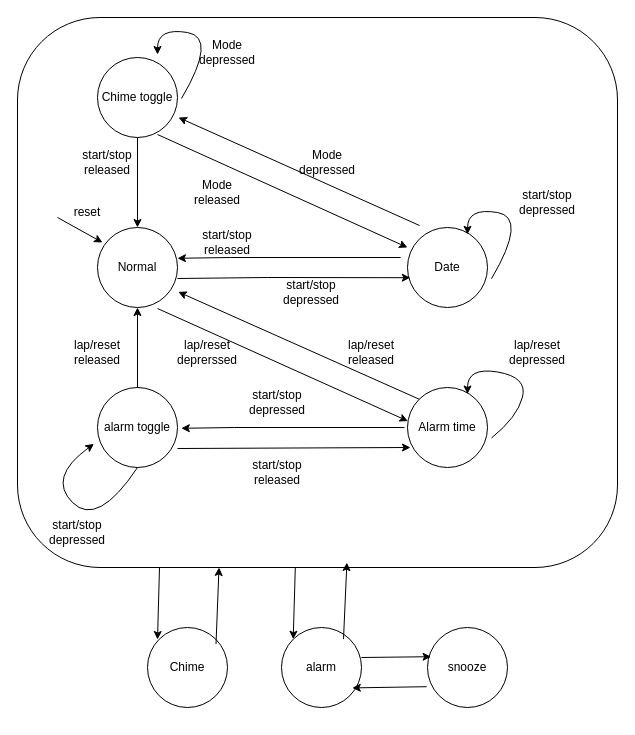
This is page "Clock" (1 of 4) of Stopwatch FSM.drawio from epicfletch/UWE-Stopwatch-3LM, a draw.io file, before an edit. Source tidied: cells renumbered, new cells numbered last; positions are measured from the earlier drawing's top-left corner, leaving out a move shared by most shapes. Both pictures are drawn from the tidied source at 100%, with x=0, y=0 at pixel (17, 17).
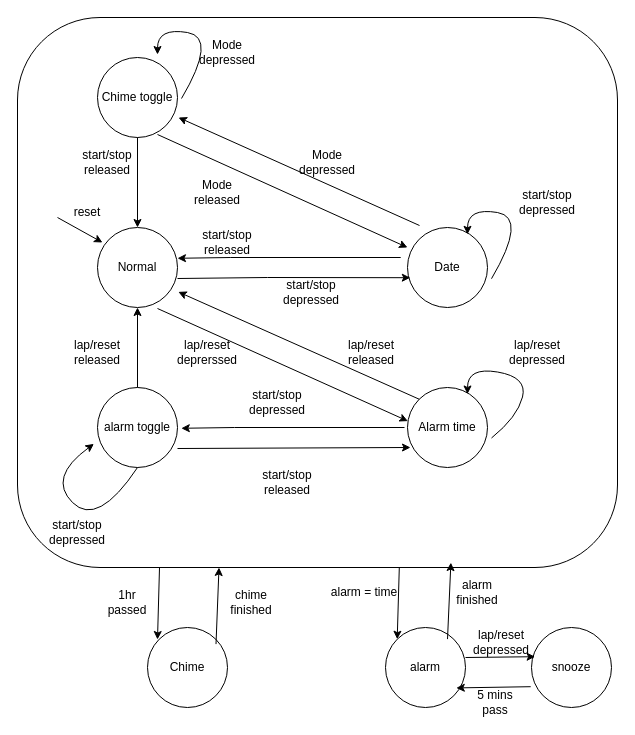
The same page after the edit.

Unchanged cells that the change refers to:
```xml
<mxCell id="2" style="rounded=1;whiteSpace=wrap;html=1;" parent="1" vertex="1">
  <mxGeometry width="600" height="550" as="geometry" />
</mxCell>
```

The edit, as a diff of the source:
```diff
@@
-    <mxCell id="20" value="start/stop released" style="text;html=1;align=center;verticalAlign=middle;whiteSpace=wrap;rounded=0;" parent="1" vertex="1">
-      <mxGeometry x="230" y="440" width="60" height="30" as="geometry" />
+    <mxCell id="20" value="alarm = time" style="text;html=1;align=center;verticalAlign=middle;whiteSpace=wrap;rounded=0;" parent="1" vertex="1">
+      <mxGeometry x="310" y="560" width="74" height="30" as="geometry" />
     </mxCell>
@@
     <mxCell id="29" value="alarm" style="ellipse;whiteSpace=wrap;html=1;" parent="1" vertex="1">
-      <mxGeometry x="264" y="610" width="80" height="80" as="geometry" />
+      <mxGeometry x="368" y="610" width="80" height="80" as="geometry" />
     </mxCell>
-    <mxCell id="30" style="endArrow=classic;html=1;rounded=0;exitX=0.463;exitY=1;exitDx=0;exitDy=0;exitPerimeter=0;entryX=0;entryY=0;entryDx=0;entryDy=0;" parent="1" edge="1" source="2" target="29">
-      <mxGeometry relative="1" as="geometry" />
+    <mxCell id="30" style="endArrow=classic;html=1;rounded=0;exitX=0.463;exitY=1;exitDx=0;exitDy=0;exitPerimeter=0;entryX=0;entryY=0;entryDx=0;entryDy=0;" parent="1" edge="1" target="29">
+      <mxGeometry relative="1" as="geometry">
+        <mxPoint x="381.8" y="550" as="sourcePoint" />
+      </mxGeometry>
     </mxCell>
-    <mxCell id="31" style="endArrow=classic;html=1;rounded=0;exitX=0.85;exitY=0.02;exitDx=0;exitDy=0;exitPerimeter=0;entryX=0.549;entryY=0.991;entryDx=0;entryDy=0;entryPerimeter=0;" parent="1" edge="1" target="2">
+    <mxCell id="31" style="endArrow=classic;html=1;rounded=0;exitX=0.85;exitY=0.02;exitDx=0;exitDy=0;exitPerimeter=0;entryX=0.549;entryY=0.991;entryDx=0;entryDy=0;entryPerimeter=0;" parent="1" edge="1">
       <mxGeometry relative="1" as="geometry">
-        <mxPoint x="326" y="621.6" as="sourcePoint" />
+        <mxPoint x="430" y="621.6" as="sourcePoint" />
+        <mxPoint x="433.4" y="545.1" as="targetPoint" />
       </mxGeometry>
     </mxCell>
     <mxCell id="32" value="snooze" style="ellipse;whiteSpace=wrap;html=1;" parent="1" vertex="1">
-      <mxGeometry x="410" y="610" width="80" height="80" as="geometry" />
+      <mxGeometry x="514" y="610" width="80" height="80" as="geometry" />
     </mxCell>
     <mxCell id="33" style="endArrow=classic;html=1;rounded=0;entryX=0.045;entryY=0.365;entryDx=0;entryDy=0;entryPerimeter=0;" parent="1" edge="1" target="32">
       <mxGeometry relative="1" as="geometry">
-        <mxPoint x="344" y="640" as="sourcePoint" />
+        <mxPoint x="448" y="640" as="sourcePoint" />
       </mxGeometry>
     </mxCell>
@@
+    <mxCell id="47" value="start/stop released" style="text;html=1;align=center;verticalAlign=middle;whiteSpace=wrap;rounded=0;" parent="1" vertex="1">
+      <mxGeometry x="240" y="450" width="60" height="30" as="geometry" />
+    </mxCell>
+    <mxCell id="48" value="1hr passed" style="text;html=1;align=center;verticalAlign=middle;whiteSpace=wrap;rounded=0;" parent="1" vertex="1">
+      <mxGeometry x="80" y="570" width="60" height="30" as="geometry" />
+    </mxCell>
+    <mxCell id="49" value="chime finished" style="text;html=1;align=center;verticalAlign=middle;whiteSpace=wrap;rounded=0;" parent="1" vertex="1">
+      <mxGeometry x="204" y="570" width="60" height="30" as="geometry" />
+    </mxCell>
+    <mxCell id="50" value="alarm finished" style="text;html=1;align=center;verticalAlign=middle;whiteSpace=wrap;rounded=0;" parent="1" vertex="1">
+      <mxGeometry x="430" y="560" width="60" height="30" as="geometry" />
+    </mxCell>
+    <mxCell id="51" value="lap/reset depressed" style="text;html=1;align=center;verticalAlign=middle;whiteSpace=wrap;rounded=0;" parent="1" vertex="1">
+      <mxGeometry x="454" y="610" width="60" height="30" as="geometry" />
+    </mxCell>
+    <mxCell id="52" value="5 mins pass" style="text;html=1;align=center;verticalAlign=middle;whiteSpace=wrap;rounded=0;" parent="1" vertex="1">
+      <mxGeometry x="448" y="670" width="60" height="30" as="geometry" />
+    </mxCell>
```
